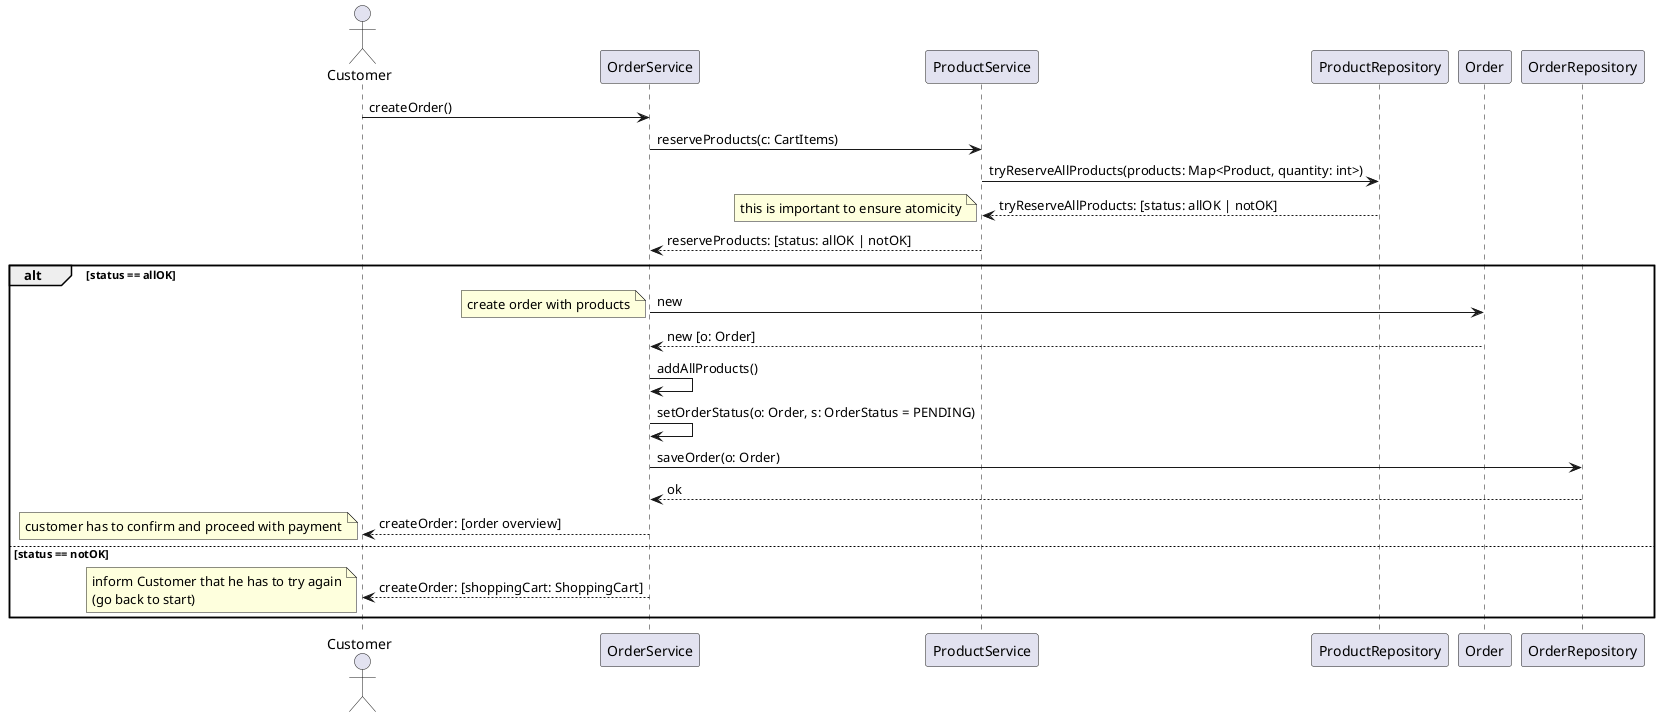
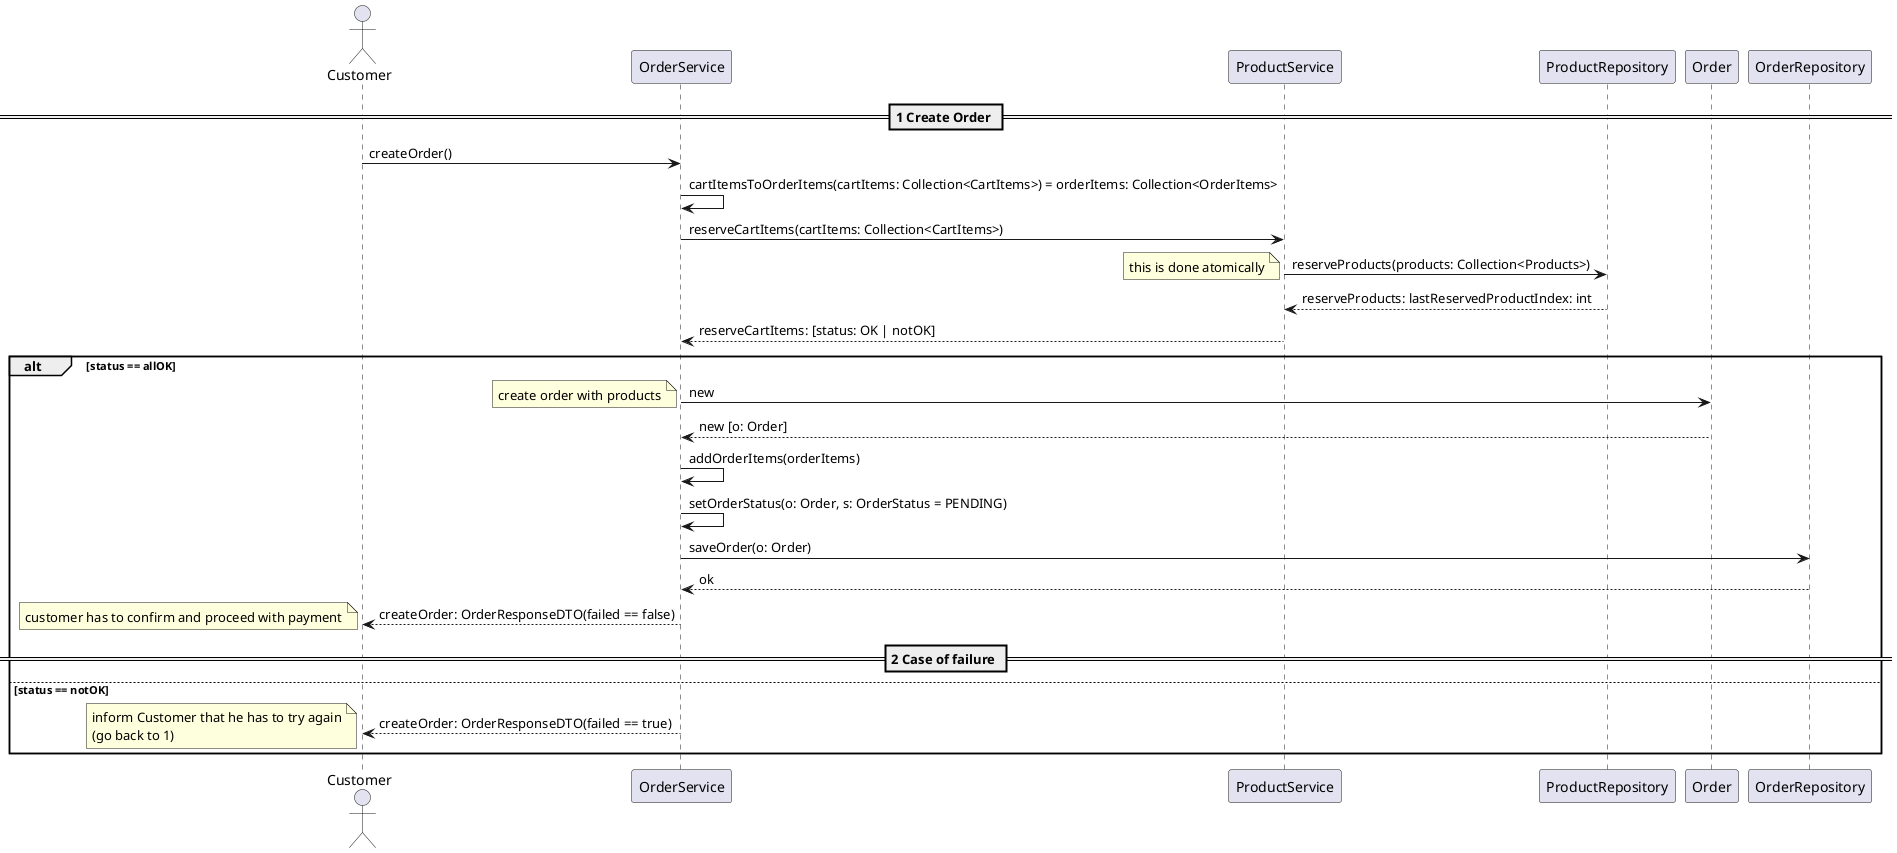
@startuml

actor Customer
participant OrderService
participant ProductService
participant ProductRepository
participant Order
participant OrderRepository

+ == 1 Create Order ==
+ 
Customer -> OrderService: createOrder()

- OrderService -> ProductService: reserveProducts(c: CartItems)
- ProductService -> ProductRepository: tryReserveAllProducts(products: Map<Product, quantity: int>)
- ProductRepository --> ProductService: tryReserveAllProducts: [status: allOK | notOK]
- note left
-     this is important to ensure atomicity
- end note
- ProductService --> OrderService: reserveProducts: [status: allOK | notOK]
+ OrderService -> OrderService: cartItemsToOrderItems(cartItems: Collection<CartItems>) = orderItems: Collection<OrderItems>
+ 
+ OrderService -> ProductService: reserveCartItems(cartItems: Collection<CartItems>)
+     ProductService -> ProductRepository: reserveProducts(products: Collection<Products>)
+     note left
+         this is done atomically
+     end note
+     ProductRepository --> ProductService: reserveProducts: lastReservedProductIndex: int
+ ProductService --> OrderService: reserveCartItems: [status: OK | notOK]
alt status == allOK
    OrderService -> Order: new
    note left
        create order with products
    end note
    Order --> OrderService: new [o: Order]
-     OrderService -> OrderService: addAllProducts()
+     OrderService -> OrderService: addOrderItems(orderItems)
    OrderService -> OrderService: setOrderStatus(o: Order, s: OrderStatus = PENDING)
    OrderService -> OrderRepository: saveOrder(o: Order)
    OrderRepository --> OrderService: ok
-     OrderService --> Customer: createOrder: [order overview]
+     OrderService --> Customer: createOrder: OrderResponseDTO(failed == false)
    note left
        customer has to confirm and proceed with payment
    end note
+ == 2 Case of failure ==
else status == notOK
-     OrderService --> Customer: createOrder: [shoppingCart: ShoppingCart]
+     OrderService --> Customer: createOrder: OrderResponseDTO(failed == true)
    note left
        inform Customer that he has to try again
-         (go back to start)
+         (go back to 1)
    end note
end alt



@enduml
